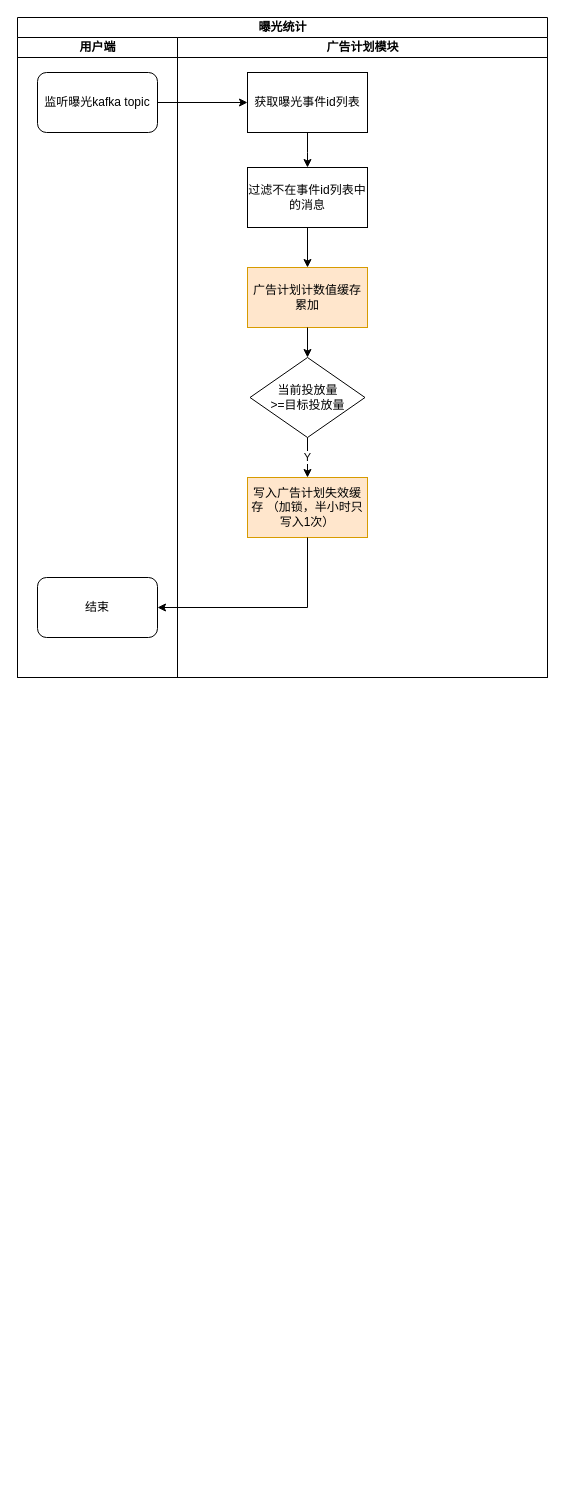
pekah/Draw keeps this draw.io diagram as page "曝光统计" (5 of 9) of 商业化广告.drawio. Above is the earlier version. Source tidied: cells renumbered, new cells numbered last; positions are measured from the earlier drawing's top-left corner, leaving out a move shared by most shapes. Both pictures are drawn from the tidied source at 100%, with x=0, y=0 at pixel (17, 17).
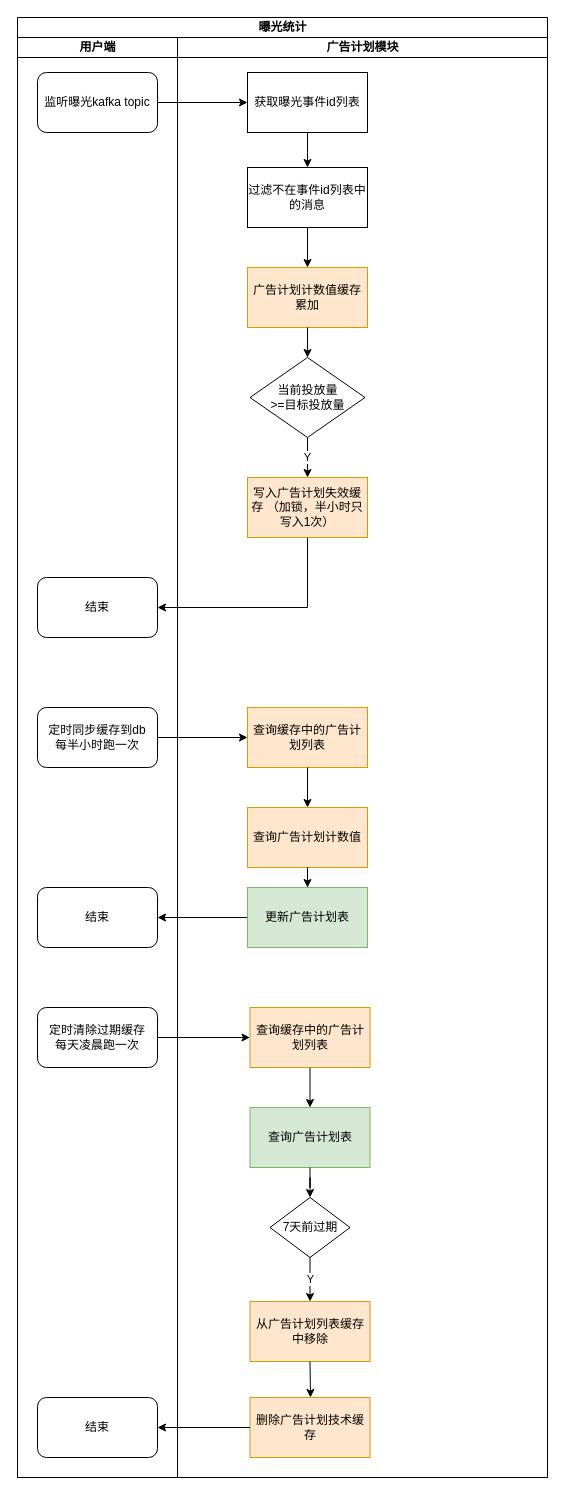
Above is the later version.

Unchanged cells that the change refers to:
```xml
<mxCell id="6" value="结束" style="rounded=1;whiteSpace=wrap;html=1;" parent="4" vertex="1">
  <mxGeometry x="20" y="540" width="120" height="60" as="geometry" />
</mxCell>
<mxCell id="15" value="写入广告计划失效缓存 （加锁，半小时只写入1次）" style="whiteSpace=wrap;html=1;rounded=0;fillColor=#ffe6cc;strokeColor=#d79b00;" parent="7" vertex="1">
  <mxGeometry x="70" y="440" width="120" height="60" as="geometry" />
</mxCell>
```

What changed in the source:
```diff
@@
     <mxCell id="2" value="曝光统计" style="swimlane;html=1;startSize=20;" parent="1" vertex="1">
-      <mxGeometry width="530" height="660" as="geometry" />
+      <mxGeometry width="530" height="1460" as="geometry" />
     </mxCell>
@@
     <mxCell id="4" value="用户端" style="swimlane;html=1;startSize=20;" parent="2" vertex="1">
-      <mxGeometry y="20" width="160" height="640" as="geometry" />
+      <mxGeometry y="20" width="160" height="1440" as="geometry" />
     </mxCell>
@@
+    <mxCell id="18" value="定时同步缓存到db&lt;br&gt;每半小时跑一次" style="rounded=1;whiteSpace=wrap;html=1;" parent="4" vertex="1">
+      <mxGeometry x="20" y="670" width="120" height="60" as="geometry" />
+    </mxCell>
+    <mxCell id="19" value="结束" style="rounded=1;whiteSpace=wrap;html=1;" parent="4" vertex="1">
+      <mxGeometry x="20" y="850" width="120" height="60" as="geometry" />
+    </mxCell>
+    <mxCell id="20" value="定时清除过期缓存&lt;br&gt;每天凌晨跑一次" style="rounded=1;whiteSpace=wrap;html=1;" parent="4" vertex="1">
+      <mxGeometry x="20" y="970" width="120" height="60" as="geometry" />
+    </mxCell>
+    <mxCell id="21" value="结束" style="rounded=1;whiteSpace=wrap;html=1;" parent="4" vertex="1">
+      <mxGeometry x="20" y="1360" width="120" height="60" as="geometry" />
+    </mxCell>
+    <mxCell id="16" style="edgeStyle=orthogonalEdgeStyle;rounded=0;jettySize=auto;html=1;exitX=0.5;exitY=1;exitDx=0;exitDy=0;entryX=1;entryY=0.5;entryDx=0;entryDy=0;" parent="2" edge="1" source="15" target="6">
+      <mxGeometry relative="1" as="geometry" />
+    </mxCell>
+    <mxCell id="22" style="edgeStyle=orthogonalEdgeStyle;rounded=0;jettySize=auto;html=1;" parent="2" edge="1" source="18" target="24">
+      <mxGeometry relative="1" as="geometry" />
+    </mxCell>
+    <mxCell id="23" style="edgeStyle=orthogonalEdgeStyle;rounded=0;jettySize=auto;html=1;entryX=0;entryY=0.5;entryDx=0;entryDy=0;" parent="2" edge="1" source="20" target="28">
+      <mxGeometry relative="1" as="geometry" />
+    </mxCell>
     <mxCell id="7" value="广告计划模块" style="swimlane;html=1;startSize=20;" parent="2" vertex="1">
-      <mxGeometry x="160" y="20" width="370" height="640" as="geometry" />
+      <mxGeometry x="160" y="20" width="370" height="1440" as="geometry" />
     </mxCell>
@@
-    <mxCell id="16" style="edgeStyle=orthogonalEdgeStyle;rounded=0;jettySize=auto;html=1;exitX=0.5;exitY=1;exitDx=0;exitDy=0;entryX=1;entryY=0.5;entryDx=0;entryDy=0;" parent="2" edge="1" source="15" target="6">
-      <mxGeometry relative="1" as="geometry" />
-    </mxCell>
+    <mxCell id="24" value="查询缓存中的广告计划列表" style="rounded=0;whiteSpace=wrap;html=1;fillColor=#ffe6cc;strokeColor=#d79b00;" parent="7" vertex="1">
+      <mxGeometry x="70" y="670" width="120" height="60" as="geometry" />
+    </mxCell>
+    <mxCell id="25" value="查询广告计划计数值" style="rounded=0;whiteSpace=wrap;html=1;fillColor=#ffe6cc;strokeColor=#d79b00;" parent="7" vertex="1">
+      <mxGeometry x="70" y="770" width="120" height="60" as="geometry" />
+    </mxCell>
+    <mxCell id="26" style="edgeStyle=orthogonalEdgeStyle;rounded=0;jettySize=auto;html=1;" parent="7" edge="1" source="24" target="25">
+      <mxGeometry relative="1" as="geometry" />
+    </mxCell>
+    <mxCell id="27" style="edgeStyle=orthogonalEdgeStyle;rounded=0;jettySize=auto;html=1;exitX=0.5;exitY=1;exitDx=0;exitDy=0;" parent="7" edge="1" source="28" target="29">
+      <mxGeometry relative="1" as="geometry" />
+    </mxCell>
+    <mxCell id="28" value="查询缓存中的广告计划列表" style="rounded=0;whiteSpace=wrap;html=1;fillColor=#ffe6cc;strokeColor=#d79b00;" parent="7" vertex="1">
+      <mxGeometry x="72.5" y="970" width="120" height="60" as="geometry" />
+    </mxCell>
+    <mxCell id="29" value="查询广告计划表" style="rounded=0;whiteSpace=wrap;html=1;fillColor=#d5e8d4;strokeColor=#82b366;" parent="7" vertex="1">
+      <mxGeometry x="72.5" y="1070" width="120" height="60" as="geometry" />
+    </mxCell>
+    <mxCell id="30" value="7天前过期" style="rhombus;whiteSpace=wrap;html=1;" parent="7" vertex="1">
+      <mxGeometry x="92.5" y="1160" width="80" height="60" as="geometry" />
+    </mxCell>
+    <mxCell id="31" style="edgeStyle=orthogonalEdgeStyle;rounded=0;jettySize=auto;html=1;exitX=0.5;exitY=1;exitDx=0;exitDy=0;" parent="7" edge="1" source="29" target="30">
+      <mxGeometry relative="1" as="geometry" />
+    </mxCell>
+    <mxCell id="32" value="从广告计划列表缓存中移除" style="rounded=0;whiteSpace=wrap;html=1;fillColor=#ffe6cc;strokeColor=#d79b00;" parent="7" vertex="1">
+      <mxGeometry x="72.5" y="1264" width="120" height="60" as="geometry" />
+    </mxCell>
+    <mxCell id="33" value="Y" style="edgeStyle=orthogonalEdgeStyle;rounded=0;jettySize=auto;html=1;entryX=0.5;entryY=0;entryDx=0;entryDy=0;" parent="7" edge="1" source="30" target="32">
+      <mxGeometry relative="1" as="geometry" />
+    </mxCell>
+    <mxCell id="34" value="删除广告计划技术缓存" style="rounded=0;whiteSpace=wrap;html=1;fillColor=#ffe6cc;strokeColor=#d79b00;" parent="7" vertex="1">
+      <mxGeometry x="72.5" y="1360" width="120" height="60" as="geometry" />
+    </mxCell>
+    <mxCell id="35" style="edgeStyle=orthogonalEdgeStyle;rounded=0;jettySize=auto;html=1;exitX=0;exitY=0.5;exitDx=0;exitDy=0;entryX=1;entryY=0.5;entryDx=0;entryDy=0;" parent="2" edge="1" source="34" target="21">
+      <mxGeometry relative="1" as="geometry" />
+    </mxCell>
@@
+    <mxCell id="36" style="edgeStyle=orthogonalEdgeStyle;rounded=0;jettySize=auto;html=1;" parent="1" edge="1" source="25" target="38">
+      <mxGeometry relative="1" as="geometry" />
+    </mxCell>
+    <mxCell id="37" style="edgeStyle=orthogonalEdgeStyle;rounded=0;jettySize=auto;html=1;exitX=0;exitY=0.5;exitDx=0;exitDy=0;entryX=1;entryY=0.5;entryDx=0;entryDy=0;" parent="1" edge="1" source="38" target="19">
+      <mxGeometry relative="1" as="geometry" />
+    </mxCell>
+    <mxCell id="38" value="更新广告计划表" style="rounded=0;whiteSpace=wrap;html=1;fillColor=#d5e8d4;strokeColor=#82b366;" parent="1" vertex="1">
+      <mxGeometry x="230" y="870" width="120" height="60" as="geometry" />
+    </mxCell>
+    <mxCell id="39" style="edgeStyle=orthogonalEdgeStyle;rounded=0;jettySize=auto;html=1;exitX=0.5;exitY=1;exitDx=0;exitDy=0;" parent="1" edge="1" source="32">
+      <mxGeometry relative="1" as="geometry">
+        <mxPoint x="293" y="1380" as="targetPoint" />
+      </mxGeometry>
+    </mxCell>
```
